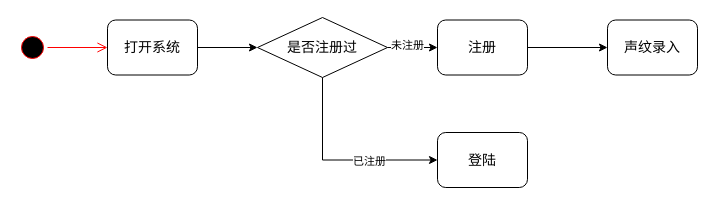
Earlier version of the draw.io diagram 功能模块活动关系图.drawio (Chuhan1112/Chuhan1112.github.io). Source tidied: cells renumbered, new cells numbered last; positions are measured from the earlier drawing's top-left corner, leaving out a move shared by most shapes. Both pictures are drawn from the tidied source at 100%, with x=0, y=0 at pixel (17, 17).
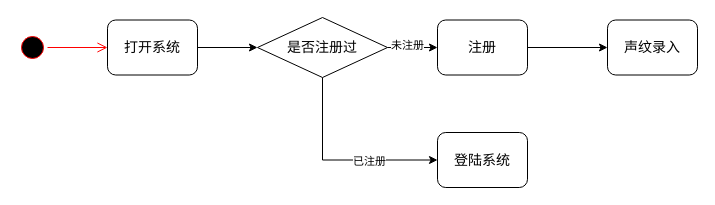
The same page after the edit.

Commit message:
更新功能模块活动关系图.drawio

The edit, as a diff of the source:
```diff
@@
 <mxGraphModel>
   <root>
     <mxCell id="0" />
     <mxCell id="1" parent="0" />
     <mxCell id="2" style="ellipse;html=1;shape=startState;fillColor=#000000;strokeColor=#ff0000;" parent="1" vertex="1">
       <mxGeometry y="15" width="30" height="30" as="geometry" />
     </mxCell>
     <mxCell id="3" style="edgeStyle=orthogonalEdgeStyle;html=1;verticalAlign=bottom;endArrow=open;endSize=8;strokeColor=#ff0000;rounded=0;entryX=0;entryY=0.5;entryDx=0;entryDy=0;" parent="1" edge="1" source="2" target="5">
       <mxGeometry relative="1" as="geometry" />
     </mxCell>
     <mxCell id="4" style="edgeStyle=orthogonalEdgeStyle;rounded=0;jettySize=auto;html=1;exitX=1;exitY=0.5;exitDx=0;exitDy=0;entryX=0;entryY=0.5;entryDx=0;entryDy=0;" parent="1" edge="1" source="5" target="10">
       <mxGeometry relative="1" as="geometry" />
     </mxCell>
     <mxCell id="5" value="&lt;font style=&quot;font-size: 14px;&quot; face=&quot;Lucida Console&quot;&gt;打开系统&lt;/font&gt;" style="rounded=1;whiteSpace=wrap;html=1;" parent="1" vertex="1">
       <mxGeometry x="90" y="2.5" width="90" height="55" as="geometry" />
     </mxCell>
     <mxCell id="6" style="edgeStyle=orthogonalEdgeStyle;rounded=0;jettySize=auto;html=1;exitX=1;exitY=0.5;exitDx=0;exitDy=0;entryX=0;entryY=0.5;entryDx=0;entryDy=0;" parent="1" edge="1" source="10" target="12">
       <mxGeometry relative="1" as="geometry" />
     </mxCell>
     <mxCell id="7" value="未注册" style="edgeLabel;html=1;align=center;verticalAlign=middle;" parent="6" vertex="1">
       <mxGeometry x="-0.24" y="3" relative="1" as="geometry" />
     </mxCell>
     <mxCell id="8" style="edgeStyle=orthogonalEdgeStyle;rounded=0;jettySize=auto;html=1;exitX=0.5;exitY=1;exitDx=0;exitDy=0;entryX=0;entryY=0.5;entryDx=0;entryDy=0;" parent="1" edge="1" source="10" target="14">
       <mxGeometry relative="1" as="geometry" />
     </mxCell>
     <mxCell id="9" value="已注册" style="edgeLabel;html=1;align=center;verticalAlign=middle;" parent="8" vertex="1">
       <mxGeometry x="0.31" relative="1" as="geometry">
         <mxPoint y="1" as="offset" />
       </mxGeometry>
     </mxCell>
     <mxCell id="10" value="&lt;font style=&quot;font-size: 14px;&quot; face=&quot;Lucida Console&quot;&gt;是否注册过&lt;/font&gt;" style="rhombus;whiteSpace=wrap;html=1;" parent="1" vertex="1">
       <mxGeometry x="240" width="130" height="60" as="geometry" />
     </mxCell>
     <mxCell id="11" style="edgeStyle=orthogonalEdgeStyle;rounded=0;jettySize=auto;html=1;exitX=1;exitY=0.5;exitDx=0;exitDy=0;entryX=0;entryY=0.5;entryDx=0;entryDy=0;" parent="1" edge="1" source="12" target="13">
       <mxGeometry relative="1" as="geometry" />
     </mxCell>
     <mxCell id="12" value="&lt;font face=&quot;Lucida Console&quot;&gt;&lt;span style=&quot;font-size: 14px;&quot;&gt;注册&lt;/span&gt;&lt;/font&gt;" style="rounded=1;whiteSpace=wrap;html=1;" parent="1" vertex="1">
       <mxGeometry x="420" y="2.5" width="90" height="55" as="geometry" />
     </mxCell>
     <mxCell id="13" value="&lt;font face=&quot;Lucida Console&quot;&gt;&lt;span style=&quot;font-size: 14px;&quot;&gt;声纹录入&lt;/span&gt;&lt;/font&gt;" style="rounded=1;whiteSpace=wrap;html=1;" parent="1" vertex="1">
       <mxGeometry x="590" y="2.5" width="90" height="55" as="geometry" />
     </mxCell>
-    <mxCell id="14" value="&lt;font face=&quot;Lucida Console&quot;&gt;&lt;span style=&quot;font-size: 14px;&quot;&gt;登陆&lt;/span&gt;&lt;/font&gt;" style="rounded=1;whiteSpace=wrap;html=1;" parent="1" vertex="1">
+    <mxCell id="14" value="&lt;font face=&quot;Lucida Console&quot;&gt;&lt;span style=&quot;font-size: 14px;&quot;&gt;登陆系统&lt;/span&gt;&lt;/font&gt;" style="rounded=1;whiteSpace=wrap;html=1;" parent="1" vertex="1">
       <mxGeometry x="420" y="115" width="90" height="55" as="geometry" />
     </mxCell>
   </root>
 </mxGraphModel>
```
